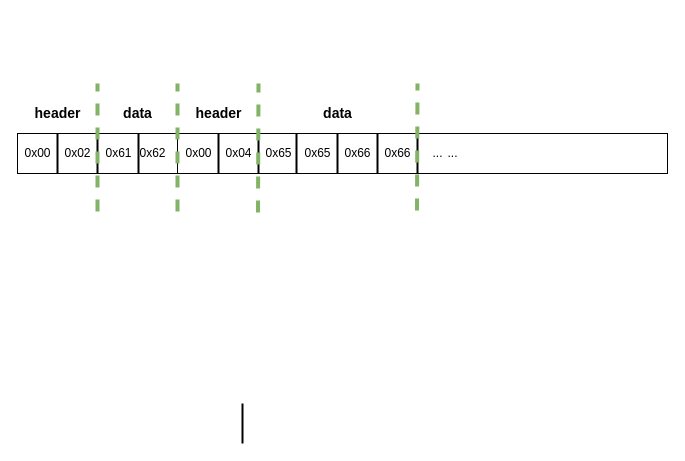
Before: principle.drawio in lvgithub/stick, a draw.io diagram. Source tidied: cells renumbered, new cells numbered last; positions are measured from the earlier drawing's top-left corner, leaving out a move shared by most shapes. Both pictures are drawn from the tidied source at 100%, with x=0, y=0 at pixel (17, 83).
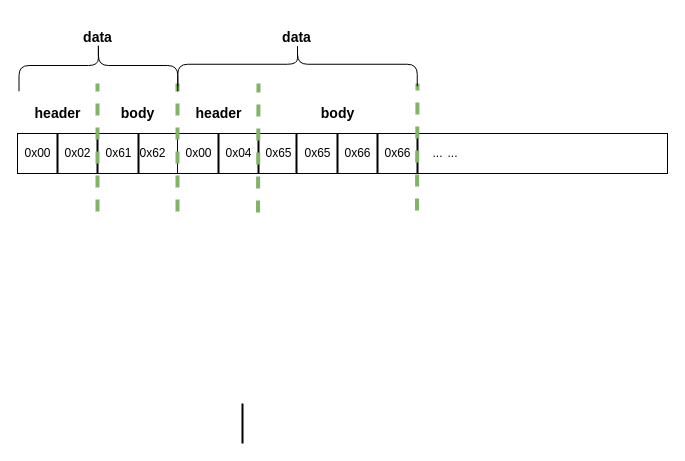
The same diagram, later.

Diff of the diagram source:
```diff
@@
-    <mxCell id="13" value="data" style="text;strokeColor=none;fillColor=none;html=1;fontSize=14;fontStyle=1;verticalAlign=middle;align=center;rounded=0;shadow=0;glass=0;" parent="1" vertex="1">
+    <mxCell id="13" value="body" style="text;strokeColor=none;fillColor=none;html=1;fontSize=14;fontStyle=1;verticalAlign=middle;align=center;rounded=0;shadow=0;glass=0;" parent="1" vertex="1">
       <mxGeometry x="92" y="10" width="55" height="40" as="geometry" />
     </mxCell>
@@
-    <mxCell id="31" value="data" style="text;strokeColor=none;fillColor=none;html=1;fontSize=14;fontStyle=1;verticalAlign=middle;align=center;rounded=0;shadow=0;glass=0;" parent="1" vertex="1">
+    <mxCell id="31" value="body" style="text;strokeColor=none;fillColor=none;html=1;fontSize=14;fontStyle=1;verticalAlign=middle;align=center;rounded=0;shadow=0;glass=0;" parent="1" vertex="1">
       <mxGeometry x="292.5" y="10" width="55" height="40" as="geometry" />
     </mxCell>
@@
+    <mxCell id="34" style="shape=curlyBracket;whiteSpace=wrap;html=1;rounded=1;rotation=90;size=0.4824120603015075;" parent="1" vertex="1">
+      <mxGeometry x="56" y="-96.5" width="49.8" height="158.8" as="geometry" />
+    </mxCell>
+    <mxCell id="35" style="shape=curlyBracket;whiteSpace=wrap;html=1;rounded=1;rotation=90;size=0.5;" parent="1" vertex="1">
+      <mxGeometry x="258" y="-139" width="44" height="239.5" as="geometry" />
+    </mxCell>
+    <mxCell id="36" value="data" style="text;strokeColor=none;fillColor=none;html=1;fontSize=14;fontStyle=1;verticalAlign=middle;align=center;rounded=0;shadow=0;glass=0;" parent="1" vertex="1">
+      <mxGeometry x="52.8" y="-66" width="55" height="40" as="geometry" />
+    </mxCell>
+    <mxCell id="37" value="data" style="text;strokeColor=none;fillColor=none;html=1;fontSize=14;fontStyle=1;verticalAlign=middle;align=center;rounded=0;shadow=0;glass=0;" parent="1" vertex="1">
+      <mxGeometry x="251.5" y="-66" width="55" height="40" as="geometry" />
+    </mxCell>
```
